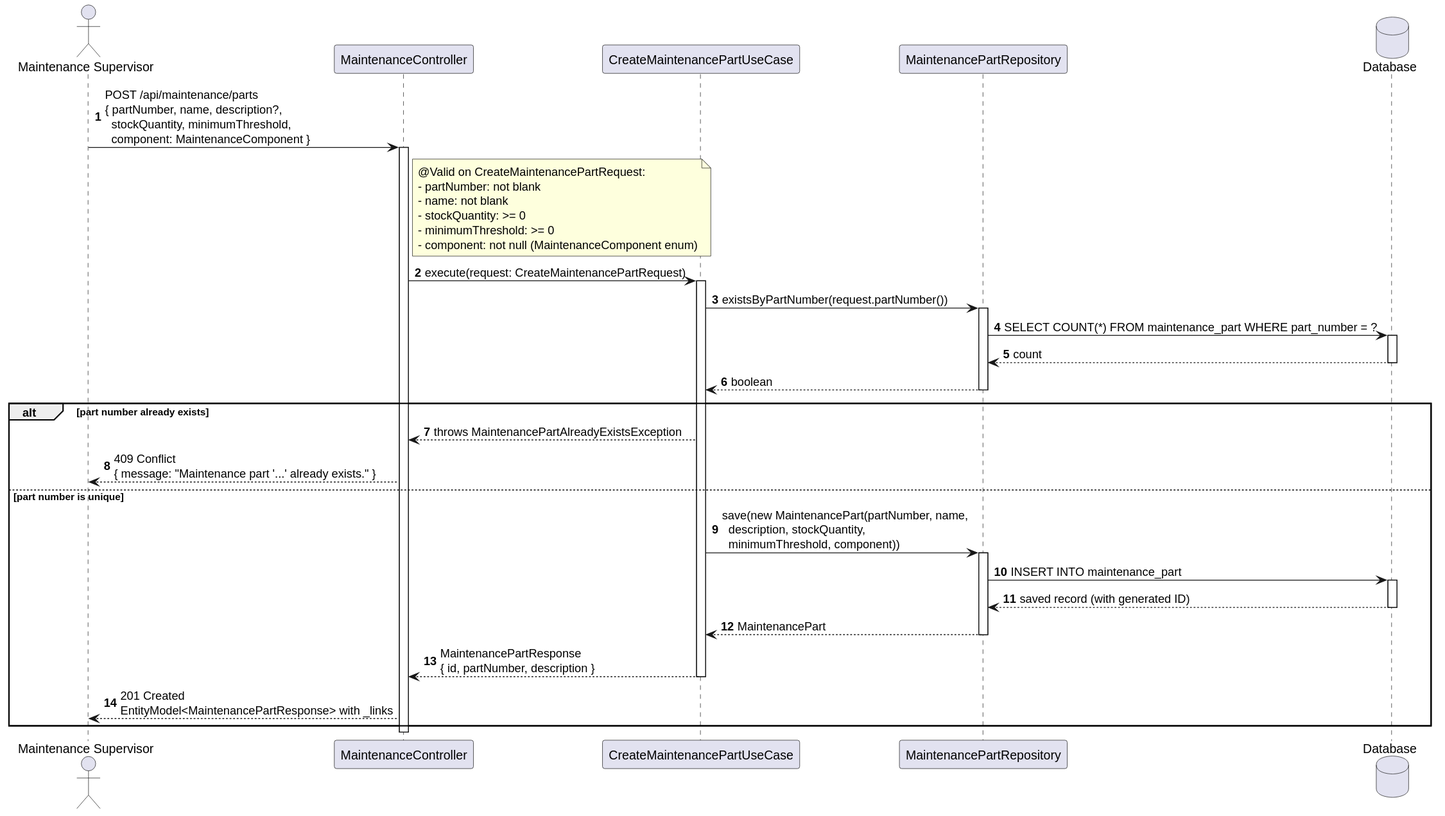
The PlantUML diagram docs/system-documentation/use-cases/WP4A/US226/svg/sd_us226.svg in VascoMagolo/psoft_1231562_1241692_1242036_2db, before a commit.
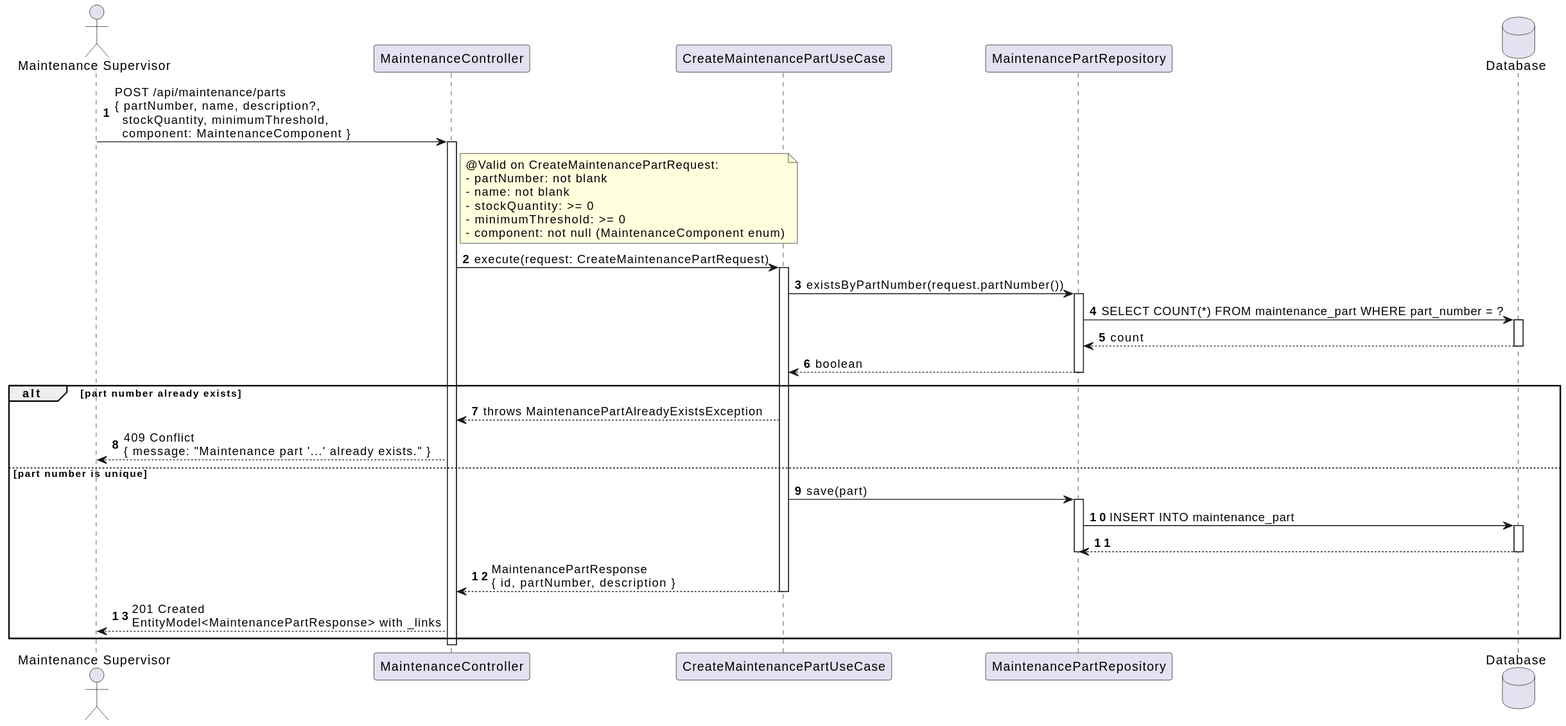
After the change.

The edit, as a diff of the source:
```diff
@@ -34,13 +34,12 @@
   UC --> Ctrl : throws MaintenancePartAlreadyExistsException
   Ctrl --> MS : 409 Conflict\n{ message: "Maintenance part '...' already exists." }
 else part number is unique
-  UC -> Repo : save(new MaintenancePart(partNumber, name,\n  description, stockQuantity,\n  minimumThreshold, component))
+  UC -> Repo : save(part)
   activate Repo
   Repo -> DB : INSERT INTO maintenance_part
   activate DB
-  DB --> Repo : saved record (with generated ID)
+  DB --> Repo
   deactivate DB
-  Repo --> UC : MaintenancePart
   deactivate Repo
 
   UC --> Ctrl : MaintenancePartResponse\n{ id, partNumber, description }
```
